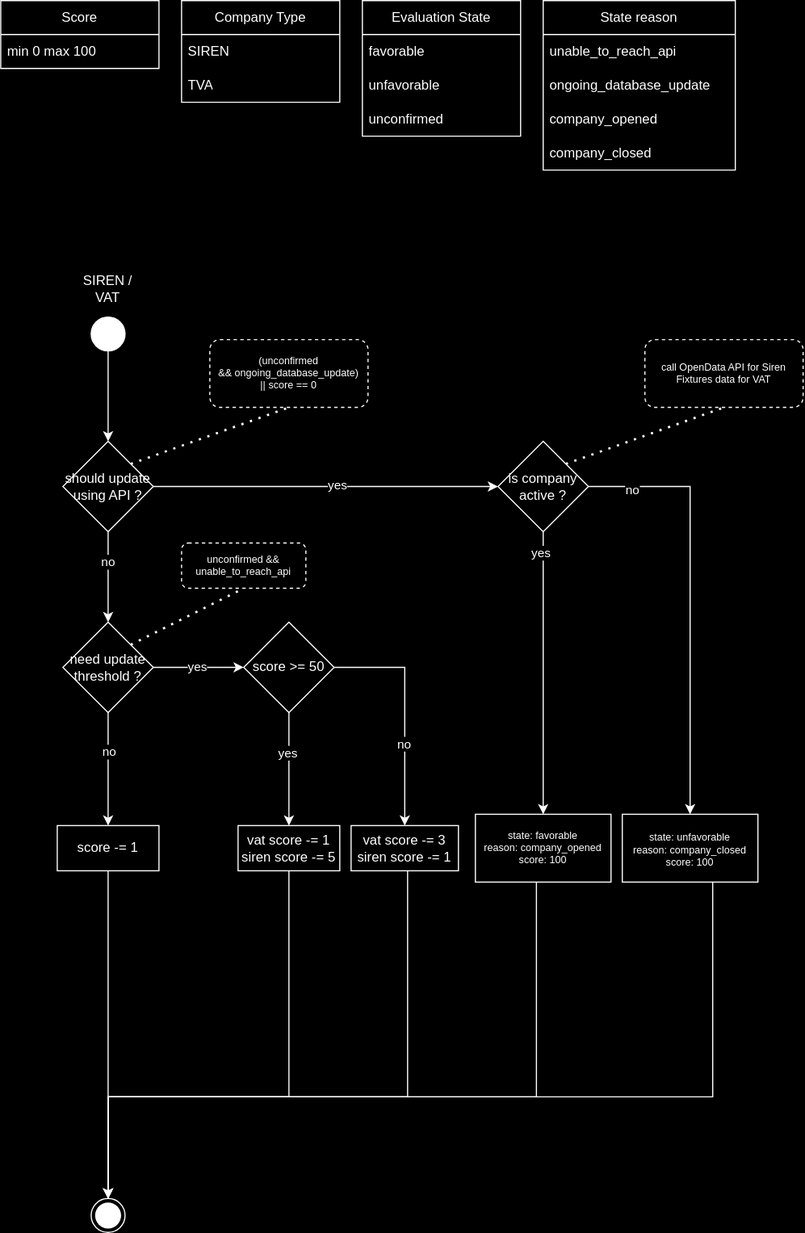
Earlier version of the draw.io export TrustIn.drawio.svg (jbeaudet/Trustpair_case). Source tidied: cells renumbered, new cells last; positions are measured from the earlier drawing's top-left corner, leaving out a move shared by most shapes.
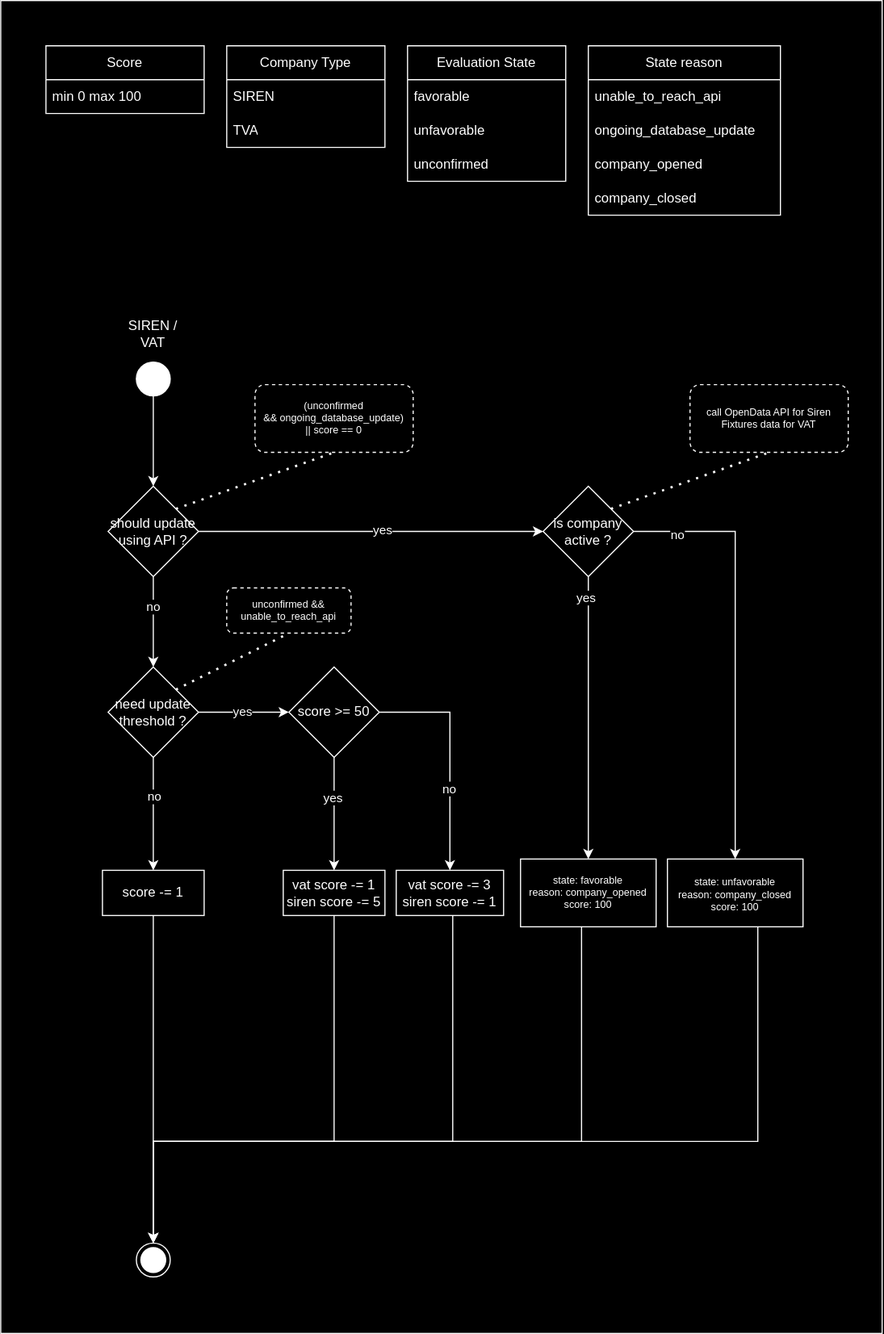
The same diagram one commit later.

Diff of the diagram source:
```diff
@@ -191,5 +191,8 @@
     <mxCell id="56" style="endArrow=none;dashed=1;html=1;dashPattern=1 3;strokeWidth=2;rounded=0;entryX=0.5;entryY=1;entryDx=0;entryDy=0;exitX=1;exitY=0;exitDx=0;exitDy=0;" parent="1" edge="1" source="37" target="55">
       <mxGeometry relative="1" as="geometry" />
     </mxCell>
+    <mxCell id="57" style="rounded=0;whiteSpace=wrap;html=1;fillColor=none;" parent="1" vertex="1">
+      <mxGeometry x="-40" y="-40" width="780" height="1180" as="geometry" />
+    </mxCell>
   </root>
 </mxGraphModel>
```
